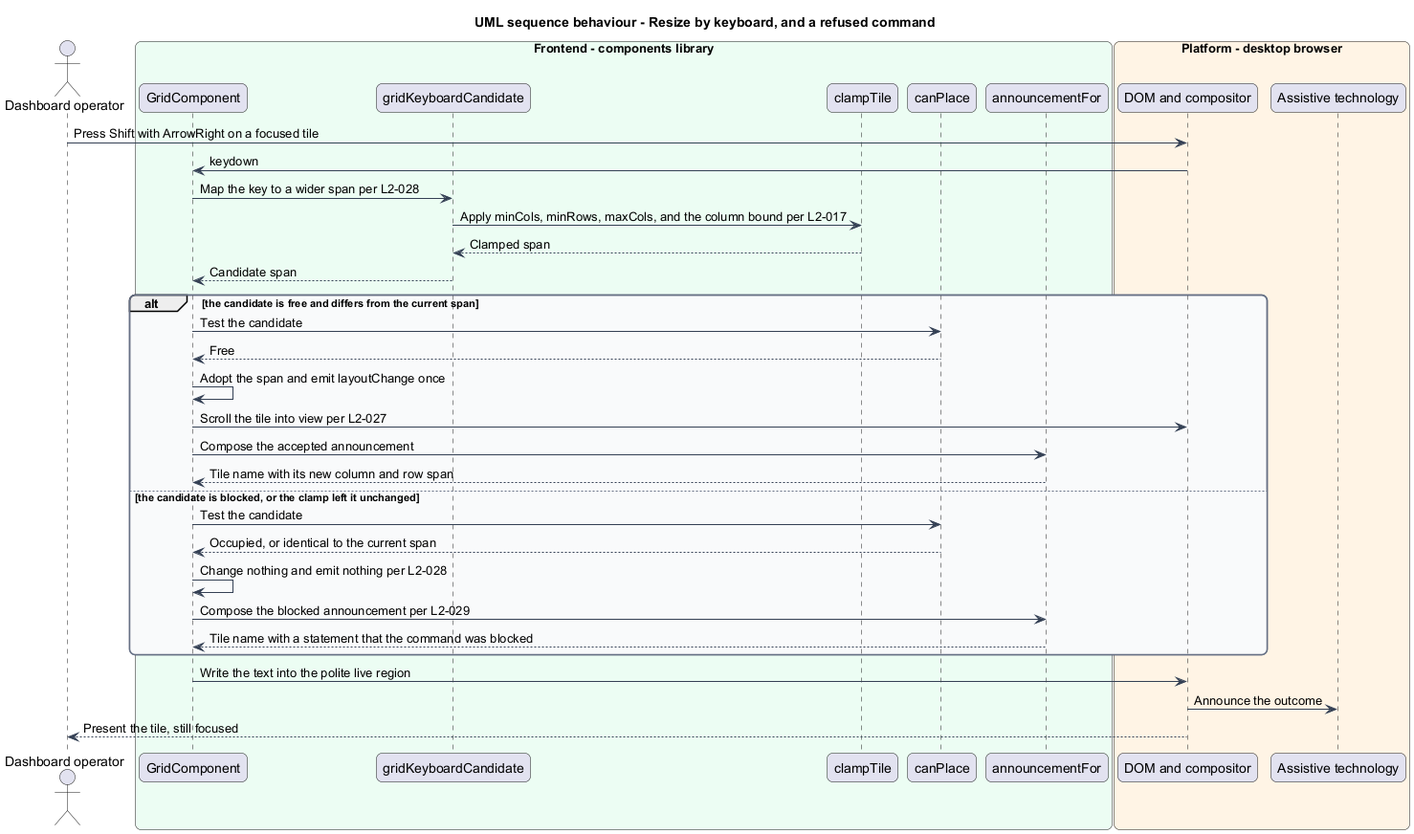
Earlier version of the PlantUML export docs/detailed-designs/tile-interaction/move-and-resize-by-keyboard/diagrams/sequence-keyboard-resize-refused.png (QuinntyneBrown/qbc-grid).
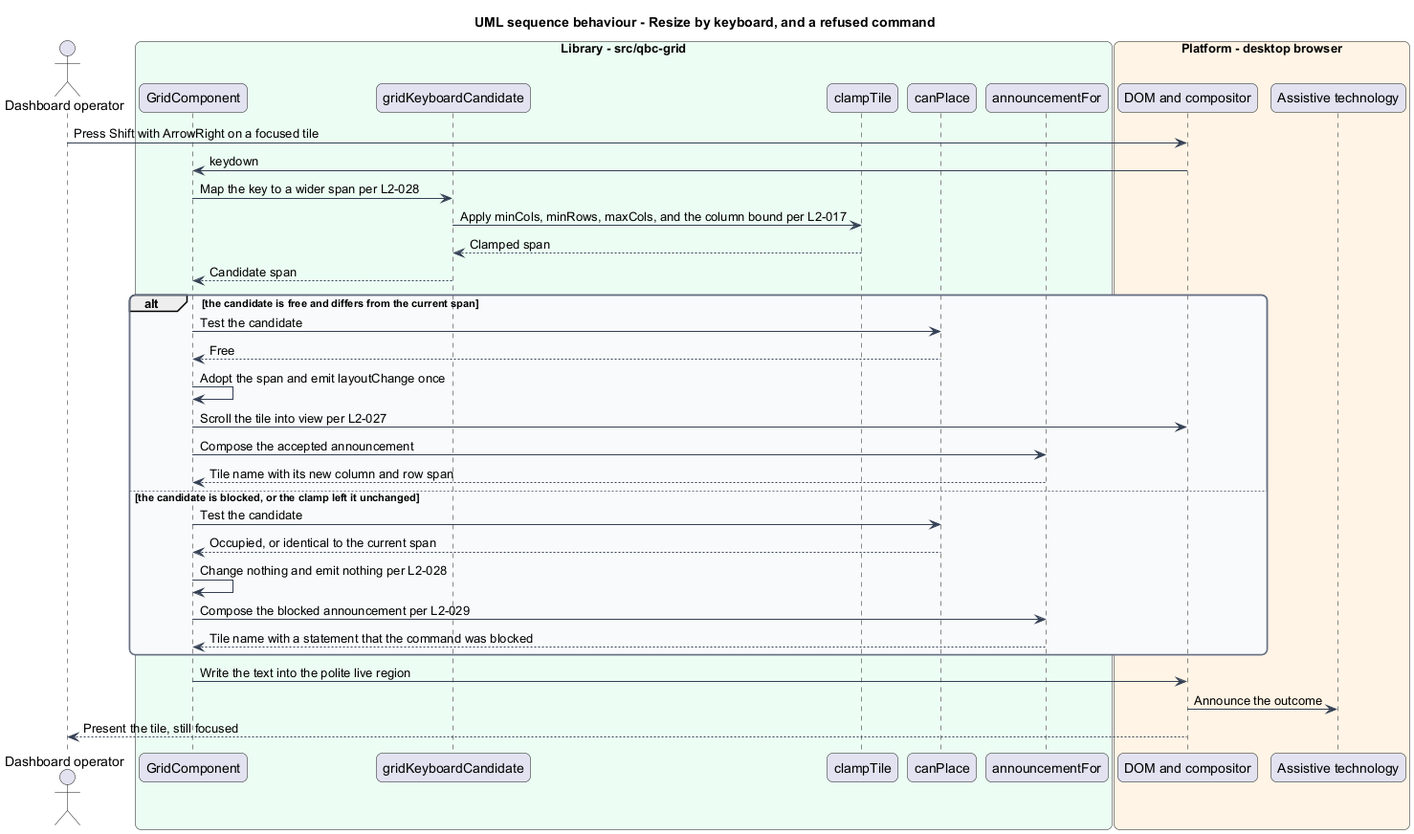
The same file after the commit.

What changed in the source:
```diff
@@ -15,7 +15,7 @@
   BackgroundColor #F9FAFB
 }
 actor "Dashboard operator" as actor
-box "Frontend - components library" #ECFDF3
+box "Library - src/qbc-grid" #ECFDF3
   participant "GridComponent" as grid
   participant "gridKeyboardCandidate" as keys
   participant "clampTile" as clamp
```
